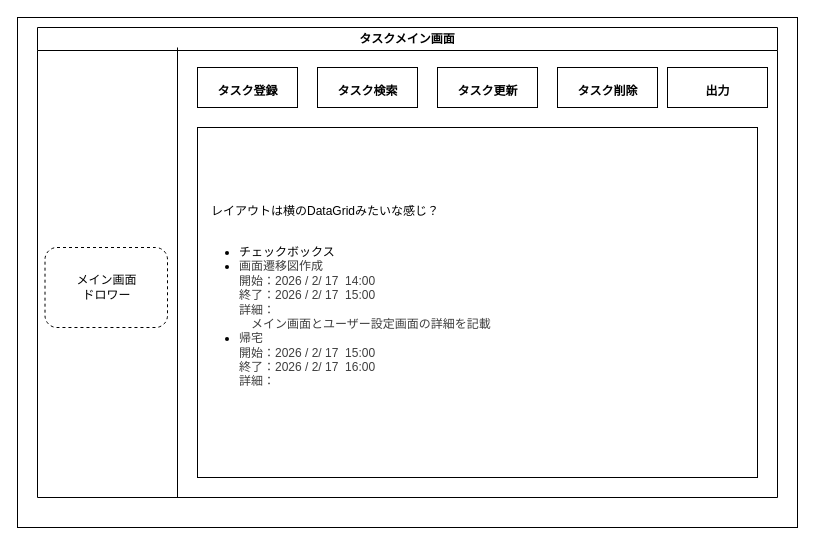
Before: doc/02_基本設計/タスクメイン画面.drawio in kamiya-daiki/SpringBoot4-Portfolio, a draw.io diagram. Source tidied: cells renumbered, new cells numbered last; positions are measured from the earlier drawing's top-left corner, leaving out a move shared by most shapes. Both pictures are drawn from the tidied source at 100%, with x=0, y=0 at pixel (17, 17).
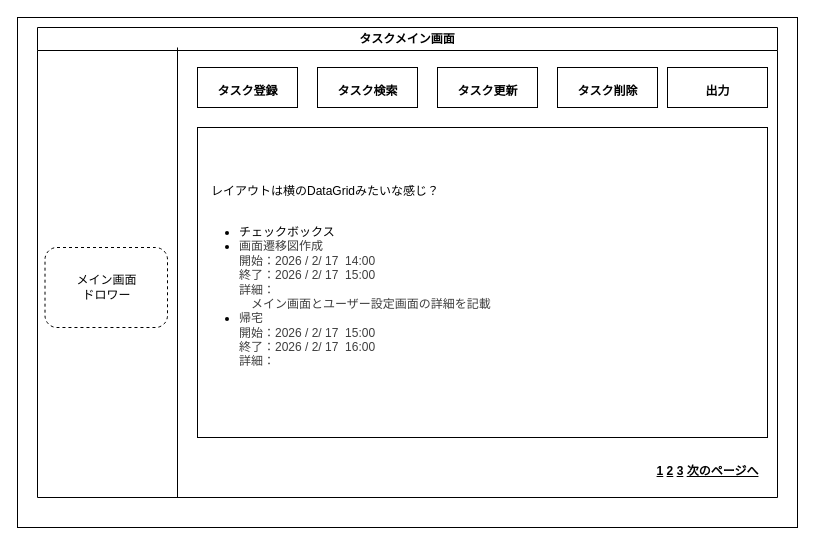
Above is the later version.

What changed in the source:
```diff
@@
 <mxGraphModel>
   <root>
     <mxCell id="0" />
     <mxCell id="1" parent="0" />
-    <mxCell id="2" style="whiteSpace=wrap;html=1;fillColor=none;direction=south;" parent="1" vertex="1">
+    <mxCell id="2" style="whiteSpace=wrap;html=1;fillColor=default;direction=south;labelBackgroundColor=none;" parent="1" vertex="1">
       <mxGeometry width="780" height="510" as="geometry" />
     </mxCell>
     <mxCell id="3" value="&lt;div&gt;&lt;font style=&quot;color: light-dark(rgb(0, 0, 0), rgb(255, 255, 255));&quot;&gt;　レイアウトは横のDataGridみたいな感じ？&lt;/font&gt;&lt;/div&gt;&lt;div&gt;&lt;font style=&quot;color: light-dark(rgb(0, 0, 0), rgb(255, 255, 255));&quot;&gt;&lt;br&gt;&lt;/font&gt;&lt;/div&gt;&lt;ul&gt;&lt;li&gt;&lt;font style=&quot;color: light-dark(rgb(0, 0, 0), rgb(255, 255, 255));&quot;&gt;チェックボックス&lt;/font&gt;&lt;/li&gt;&lt;li&gt;&lt;font style=&quot;&quot;&gt;&lt;font style=&quot;color: light-dark(rgb(63, 63, 63), rgb(255, 255, 255));&quot;&gt;画面遷移図作成&lt;/font&gt;&lt;br&gt;&lt;font style=&quot;color: light-dark(rgb(63, 63, 63), rgb(255, 255, 255));&quot;&gt;開始：2026 / 2/ 17&amp;nbsp; 14:00&lt;/font&gt;&lt;br&gt;&lt;span style=&quot;color: rgb(63, 63, 63);&quot;&gt;&lt;font style=&quot;color: light-dark(rgb(63, 63, 63), rgb(255, 255, 255));&quot;&gt;終了：2026 / 2/ 17&amp;nbsp; 15:00&lt;br&gt;詳細：&lt;br&gt;　メイン画面とユーザー設定画面の詳細を記載&lt;/font&gt;&lt;/span&gt;&lt;/font&gt;&lt;/li&gt;&lt;li style=&quot;scrollbar-color: rgb(226, 226, 226) rgb(251, 251, 251);&quot;&gt;&lt;font style=&quot;color: light-dark(rgb(63, 63, 63), rgb(255, 255, 255));&quot;&gt;帰宅&lt;br style=&quot;scrollbar-color: rgb(226, 226, 226) rgb(251, 251, 251);&quot;&gt;開始：2026 / 2/ 17&amp;nbsp; 15:00&lt;br style=&quot;scrollbar-color: rgb(226, 226, 226) rgb(251, 251, 251);&quot;&gt;&lt;/font&gt;&lt;span style=&quot;scrollbar-color: rgb(226, 226, 226) rgb(251, 251, 251);&quot;&gt;&lt;font style=&quot;color: light-dark(rgb(63, 63, 63), rgb(255, 255, 255));&quot;&gt;終了：2026 / 2/ 17&amp;nbsp; 16:00&lt;br style=&quot;scrollbar-color: rgb(226, 226, 226) rgb(251, 251, 251);&quot;&gt;詳細：&lt;/font&gt;&lt;br&gt;&lt;/span&gt;&lt;/li&gt;&lt;/ul&gt;" style="text;strokeColor=default;fillColor=none;html=1;verticalAlign=middle;overflow=hidden;whiteSpace=wrap;" parent="1" vertex="1">
-      <mxGeometry x="180" y="110" width="560" height="350" as="geometry" />
+      <mxGeometry x="180" y="110" width="570" height="310" as="geometry" />
     </mxCell>
     <mxCell id="4" value="タスクメイン画面" style="swimlane;whiteSpace=wrap;html=1;fontColor=light-dark(#000000,#FFFFFF);fillColor=none;" parent="1" vertex="1">
       <mxGeometry x="20" y="10" width="740" height="470" as="geometry" />
     </mxCell>
     <mxCell id="5" value="&lt;font style=&quot;font-size: 12px; line-height: 100%;&quot;&gt;タスク更新&lt;/font&gt;" style="text;html=1;fontSize=24;fontStyle=1;verticalAlign=middle;align=center;strokeColor=default;" parent="4" vertex="1">
       <mxGeometry x="400" y="40" width="100" height="40" as="geometry" />
     </mxCell>
     <mxCell id="6" value="&lt;span style=&quot;font-size: 12px;&quot;&gt;タスク検索&lt;/span&gt;" style="text;html=1;fontSize=24;fontStyle=1;verticalAlign=middle;align=center;strokeColor=default;" parent="4" vertex="1">
       <mxGeometry x="280" y="40" width="100" height="40" as="geometry" />
     </mxCell>
     <mxCell id="7" value="&lt;font style=&quot;font-size: 12px; line-height: 100%;&quot;&gt;出力&lt;/font&gt;" style="text;html=1;fontSize=24;fontStyle=1;verticalAlign=middle;align=center;strokeColor=default;" parent="4" vertex="1">
       <mxGeometry x="630" y="40" width="100" height="40" as="geometry" />
     </mxCell>
     <mxCell id="8" value="&lt;font style=&quot;font-size: 12px; line-height: 100%;&quot;&gt;タスク登録&lt;/font&gt;" style="text;html=1;fontSize=24;fontStyle=1;verticalAlign=middle;align=center;strokeColor=default;" parent="4" vertex="1">
       <mxGeometry x="160" y="40" width="100" height="40" as="geometry" />
     </mxCell>
     <mxCell id="9" style="endArrow=none;html=1;exitX=0.25;exitY=1;exitDx=0;exitDy=0;" parent="4" edge="1">
       <mxGeometry relative="1" as="geometry">
         <mxPoint x="140" y="470" as="sourcePoint" />
         <mxPoint x="140" y="20" as="targetPoint" />
       </mxGeometry>
     </mxCell>
     <mxCell id="10" value="&lt;span style=&quot;text-wrap-mode: nowrap;&quot;&gt;&lt;font style=&quot;color: light-dark(rgb(0, 0, 0), rgb(255, 255, 255));&quot;&gt;メイン画面&lt;/font&gt;&lt;/span&gt;&lt;div&gt;&lt;span style=&quot;text-wrap-mode: nowrap; background-color: transparent; color: rgb(192, 192, 192);&quot;&gt;&lt;font style=&quot;color: light-dark(rgb(0, 0, 0), rgb(255, 255, 255));&quot;&gt;ドロワー&lt;/font&gt;&lt;/span&gt;&lt;/div&gt;" style="rounded=1;whiteSpace=wrap;html=1;dashed=1;fontColor=light-dark(#000000,#FFFFFF);fillColor=none;" parent="4" vertex="1">
       <mxGeometry x="7.5" y="220" width="122.5" height="80" as="geometry" />
     </mxCell>
     <mxCell id="11" value="&lt;font style=&quot;font-size: 12px; line-height: 100%;&quot;&gt;タスク削除&lt;/font&gt;" style="text;html=1;fontSize=24;fontStyle=1;verticalAlign=middle;align=center;strokeColor=default;" parent="4" vertex="1">
       <mxGeometry x="520" y="40" width="100" height="40" as="geometry" />
     </mxCell>
+    <mxCell id="12" value="&lt;font style=&quot;font-size: 12px;&quot;&gt;&lt;u style=&quot;&quot;&gt;1&lt;/u&gt; &lt;u style=&quot;&quot;&gt;2&lt;/u&gt; &lt;u style=&quot;&quot;&gt;3&lt;/u&gt; &lt;u style=&quot;&quot;&gt;次のページへ&lt;/u&gt;&lt;/font&gt;" style="text;strokeColor=none;fillColor=none;html=1;fontSize=24;fontStyle=1;verticalAlign=middle;align=center;fontColor=light-dark(#000000,#FFFFFF);" parent="1" vertex="1">
+      <mxGeometry x="640" y="430" width="100" height="40" as="geometry" />
+    </mxCell>
   </root>
 </mxGraphModel>
```
